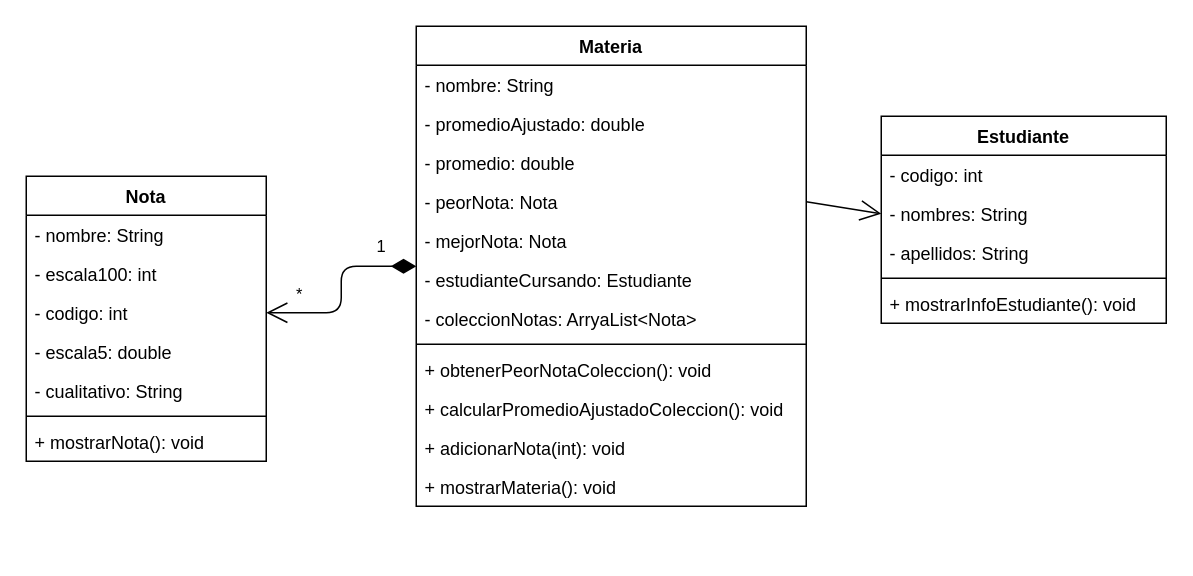
Before: P45/Clase8/UML_SistemaNotas.drawio in luismescobarf/clasesCiclo2, a draw.io diagram. Source tidied: cells renumbered, new cells numbered last; positions are measured from the earlier drawing's top-left corner, leaving out a move shared by most shapes. Both pictures are drawn from the tidied source at 150%, with x=0, y=0 at pixel (26, 26).
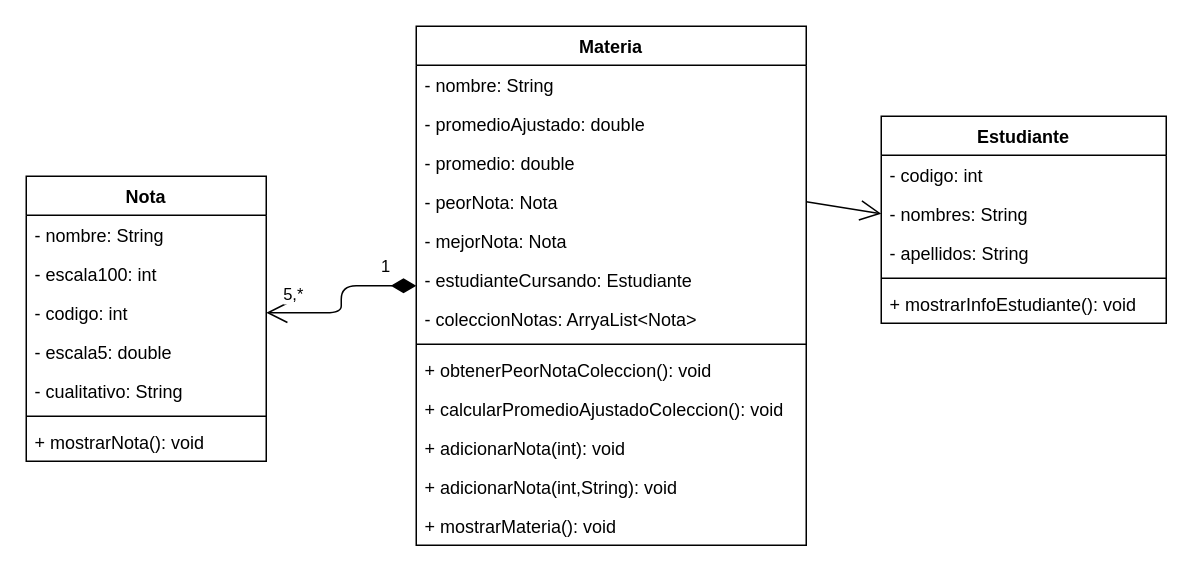
The same diagram, later.

Unchanged cells that the change refers to:
```xml
<mxCell id="23" value="1" style="endArrow=open;html=1;endSize=12;startArrow=diamondThin;startSize=14;startFill=1;edgeStyle=orthogonalEdgeStyle;align=left;verticalAlign=bottom;entryX=1;entryY=0.5;entryDx=0;entryDy=0;" parent="1" edge="1" source="10" target="5">
  <mxGeometry x="-0.57" y="-4" relative="1" as="geometry" />
</mxCell>
```

Change to the diagram source:
```diff
@@
     <mxCell id="10" value="Materia" style="swimlane;fontStyle=1;align=center;verticalAlign=top;horizontal=1;startSize=26;" parent="1" vertex="1">
-      <mxGeometry x="260" width="260" height="320" as="geometry" />
+      <mxGeometry x="260" width="260" height="346" as="geometry" />
     </mxCell>
@@
+    <mxCell id="32" value="+ adicionarNota(int,String): void" style="text;strokeColor=none;fillColor=none;align=left;verticalAlign=top;spacingLeft=4;spacingRight=4;overflow=hidden;" parent="10" vertex="1">
+      <mxGeometry y="294" width="260" height="26" as="geometry" />
+    </mxCell>
     <mxCell id="22" value="+ mostrarMateria(): void" style="text;strokeColor=none;fillColor=none;align=left;verticalAlign=top;spacingLeft=4;spacingRight=4;overflow=hidden;" parent="10" vertex="1">
-      <mxGeometry y="294" width="260" height="26" as="geometry" />
+      <mxGeometry y="320" width="260" height="26" as="geometry" />
     </mxCell>
@@
-    <mxCell id="24" value="*" style="edgeLabel;html=1;align=center;verticalAlign=middle;" parent="23" vertex="1">
+    <mxCell id="24" value="5,*" style="edgeLabel;html=1;align=center;verticalAlign=middle;" parent="23" vertex="1">
       <mxGeometry x="0.39" relative="1" as="geometry">
         <mxPoint x="-19" y="-13" as="offset" />
       </mxGeometry>
     </mxCell>
```
